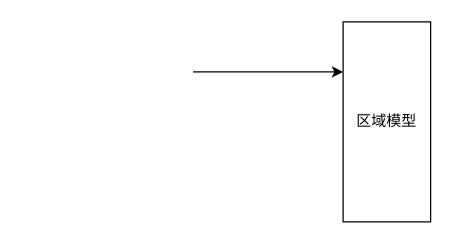
The draw.io diagram 气象预测模型架构图.drawio in HALF111/Research_figures, before the edit. Source tidied: cells renumbered, new cells numbered last; positions are measured from the earlier drawing's top-left corner, leaving out a move shared by most shapes. Both pictures are drawn from the tidied source at 125%, with x=0, y=0 at pixel (192, 21).
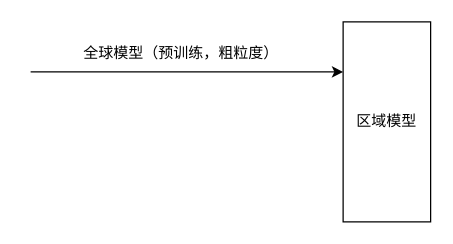
After the change.

Commit message (it also covers changes not shown here):
更新气象预测模型架构图.drawio

The edit, as a diff of the source:
```diff
@@
 <mxGraphModel>
   <root>
     <mxCell id="0" />
     <mxCell id="1" parent="0" />
     <mxCell id="2" value="区域模型" style="rounded=0;whiteSpace=wrap;html=1;" parent="1" vertex="1">
       <mxGeometry x="120" width="70" height="160" as="geometry" />
     </mxCell>
     <mxCell id="3" style="endArrow=classic;html=1;rounded=0;entryX=0;entryY=0.25;entryDx=0;entryDy=0;" parent="1" edge="1" target="2">
       <mxGeometry relative="1" as="geometry">
-        <mxPoint y="40" as="sourcePoint" />
+        <mxPoint x="-130" y="40" as="sourcePoint" />
       </mxGeometry>
     </mxCell>
+    <mxCell id="4" value="全球模型（预训练，粗粒度）" style="text;html=1;align=center;verticalAlign=middle;strokeColor=none;fillColor=none;" parent="1" vertex="1">
+      <mxGeometry x="-100" y="10" width="180" height="30" as="geometry" />
+    </mxCell>
   </root>
 </mxGraphModel>
```
